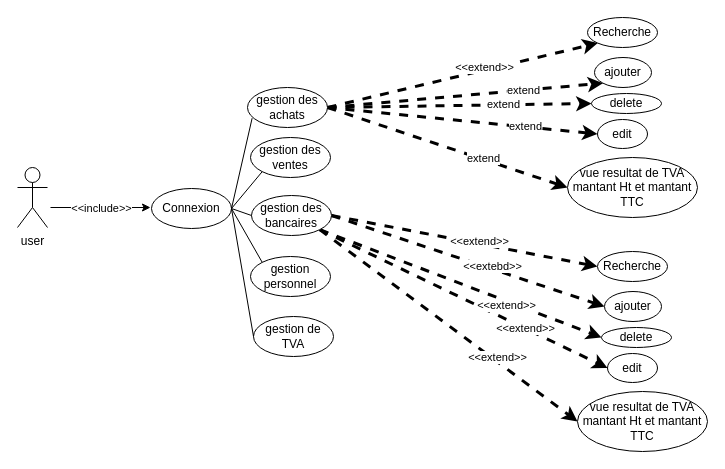
The draw.io diagram public/UML/UseCase.drawio in dev-taha-2000/AppAhmed, before the edit. Source tidied: cells renumbered, new cells numbered last; positions are measured from the earlier drawing's top-left corner, leaving out a move shared by most shapes. Both pictures are drawn from the tidied source at 100%, with x=0, y=0 at pixel (17, 17).
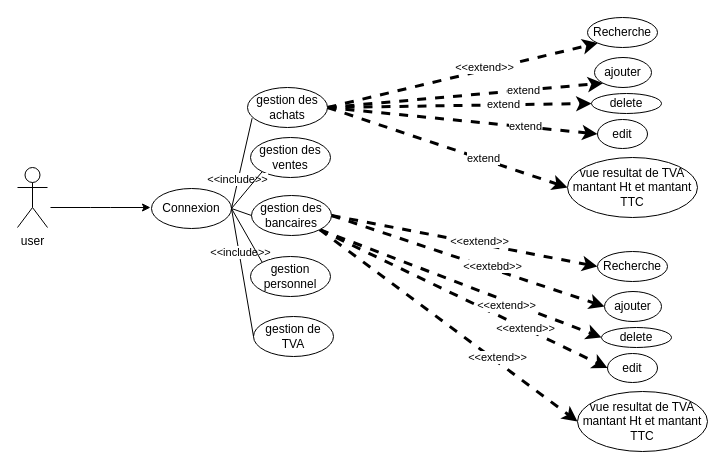
After the change.

Unchanged cells that the change refers to:
```xml
<mxCell id="3" style="endArrow=classic;html=1;" parent="1" edge="1">
  <mxGeometry relative="1" as="geometry">
    <mxPoint x="33" y="190" as="sourcePoint" />
    <mxPoint x="133" y="190" as="targetPoint" />
    <Array as="points">
      <mxPoint x="83" y="190" />
    </Array>
  </mxGeometry>
</mxCell>
<mxCell id="31" style="endArrow=none;html=1;exitX=1;exitY=0.5;exitDx=0;exitDy=0;entryX=0.058;entryY=0.767;entryDx=0;entryDy=0;entryPerimeter=0;" parent="1" edge="1" source="5" target="17">
  <mxGeometry relative="1" as="geometry" />
</mxCell>
<mxCell id="32" style="endArrow=none;html=1;exitX=1;exitY=0.5;exitDx=0;exitDy=0;entryX=0;entryY=0.5;entryDx=0;entryDy=0;" parent="1" edge="1" source="5" target="29">
  <mxGeometry relative="1" as="geometry" />
</mxCell>
```

Change to the diagram source:
```diff
@@
-    <mxCell id="4" value="&amp;lt;&amp;lt;include&amp;gt;&amp;gt;" style="edgeLabel;html=1;align=center;verticalAlign=middle;" parent="3" vertex="1">
-      <mxGeometry relative="1" as="geometry" />
-    </mxCell>
@@
+    <mxCell id="46" value="&amp;lt;&amp;lt;include&amp;gt;&amp;gt;" style="edgeLabel;html=1;align=center;verticalAlign=middle;" parent="31" vertex="1">
+      <mxGeometry x="-0.35" y="1" relative="1" as="geometry" />
+    </mxCell>
@@
+    <mxCell id="47" value="&amp;lt;&amp;lt;include&amp;gt;&amp;gt;" style="edgeLabel;html=1;align=center;verticalAlign=middle;" parent="32" vertex="1">
+      <mxGeometry x="-0.32" y="1" relative="1" as="geometry" />
+    </mxCell>
```
